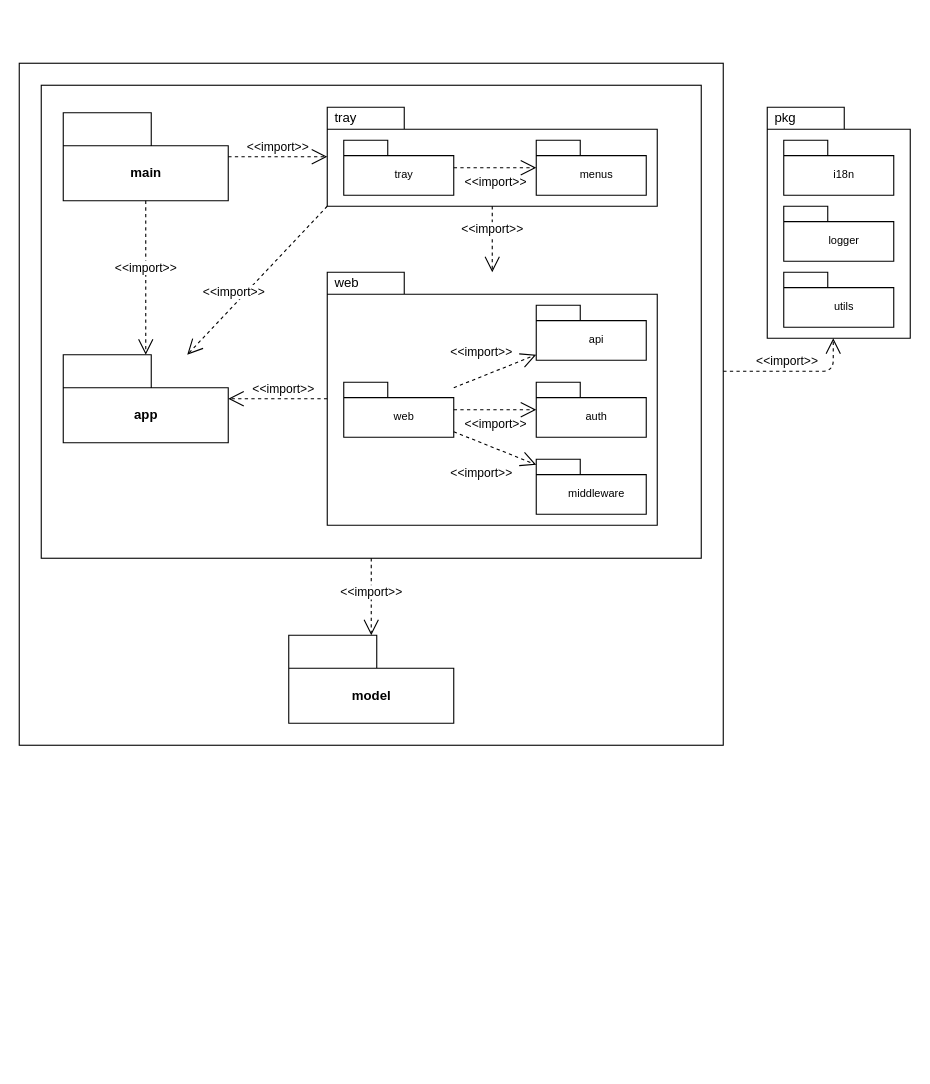
jinyaoMa/my-app keeps this draw.io diagram as diagrams/package.drawio. Above is the earlier version. Source tidied: cells renumbered, new cells numbered last; positions are measured from the earlier drawing's top-left corner, leaving out a move shared by most shapes. Both pictures are drawn from the tidied source at 110%, with x=0, y=0 at pixel (19, 63).
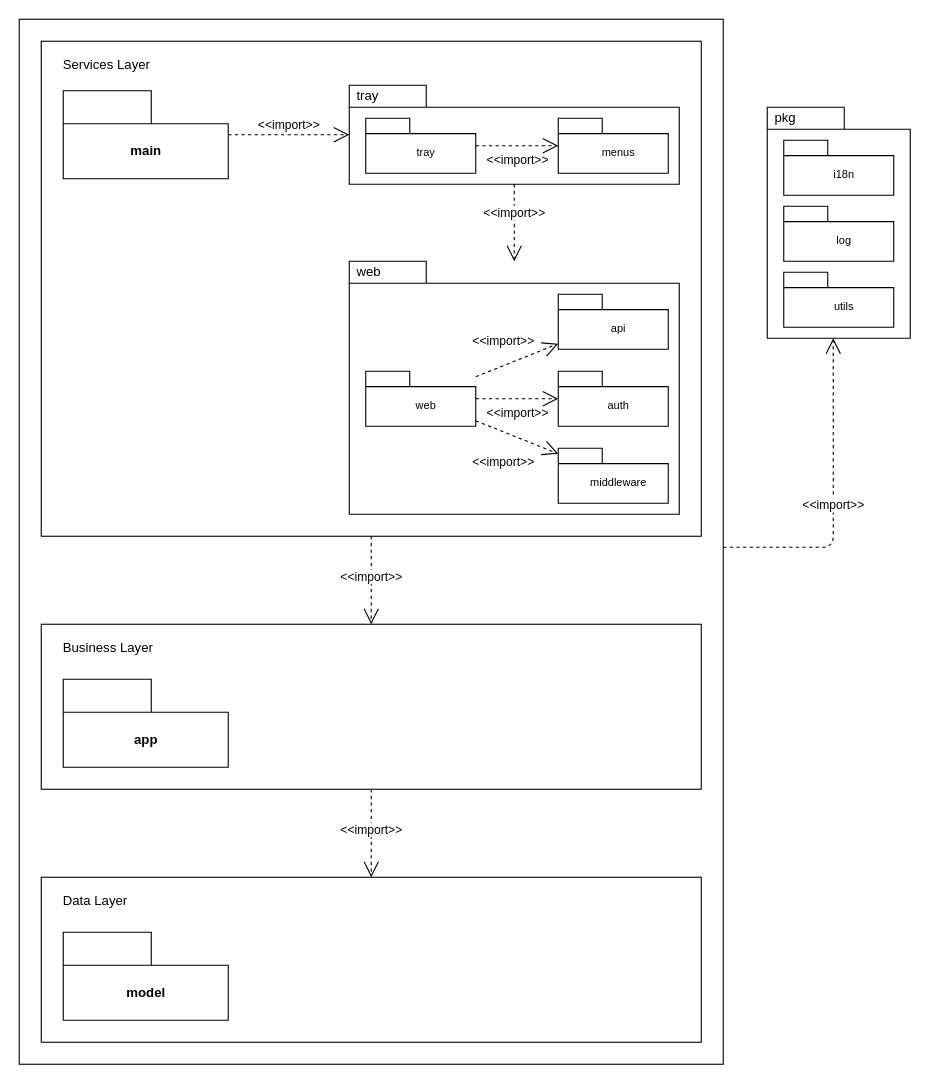
The same page after the edit.

Unchanged cells that the change refers to:
```xml
<mxCell id="24" value="pkg" style="shape=folder;xSize=90;align=left;spacingLeft=10;align=left;verticalAlign=top;spacingLeft=5;spacingTop=-4;tabWidth=70;tabHeight=20;tabPosition=left;html=1;strokeWidth=1;" parent="1" vertex="1">
  <mxGeometry x="680" y="40" width="130" height="210" as="geometry" />
</mxCell>
```

The edit, as a diff of the source:
```diff
@@
     <mxCell id="2" style="rounded=0;whiteSpace=wrap;html=1;" parent="1" vertex="1">
-      <mxGeometry width="640" height="620" as="geometry" />
+      <mxGeometry y="-40" width="640" height="950" as="geometry" />
     </mxCell>
     <mxCell id="3" style="rounded=0;whiteSpace=wrap;html=1;" parent="1" vertex="1">
-      <mxGeometry x="20" y="20" width="600" height="430" as="geometry" />
+      <mxGeometry x="20" y="-20" width="600" height="450" as="geometry" />
     </mxCell>
     <mxCell id="4" value="main" style="shape=folder;fontStyle=1;tabWidth=80;tabHeight=30;tabPosition=left;html=1;boundedLbl=1;" parent="1" vertex="1">
-      <mxGeometry x="40" y="45" width="150" height="80" as="geometry" />
+      <mxGeometry x="40" y="25" width="150" height="80" as="geometry" />
     </mxCell>
     <mxCell id="5" value="tray" style="shape=folder;xSize=90;align=left;spacingLeft=10;align=left;verticalAlign=top;spacingLeft=5;spacingTop=-4;tabWidth=70;tabHeight=20;tabPosition=left;html=1;strokeWidth=1;" parent="1" vertex="1">
-      <mxGeometry x="280" y="40" width="300" height="90" as="geometry" />
+      <mxGeometry x="300" y="20" width="300" height="90" as="geometry" />
     </mxCell>
@@
     <mxCell id="9" value="web" style="shape=folder;xSize=90;align=left;spacingLeft=10;align=left;verticalAlign=top;spacingLeft=5;spacingTop=-4;tabWidth=70;tabHeight=20;tabPosition=left;html=1;strokeWidth=1;" parent="1" vertex="1">
-      <mxGeometry x="280" y="190" width="300" height="230" as="geometry" />
+      <mxGeometry x="300" y="180" width="300" height="230" as="geometry" />
     </mxCell>
@@
-    <mxCell id="19" value="model" style="shape=folder;fontStyle=1;tabWidth=80;tabHeight=30;tabPosition=left;html=1;boundedLbl=1;" parent="1" vertex="1">
-      <mxGeometry x="245" y="520" width="150" height="80" as="geometry" />
-    </mxCell>
-    <mxCell id="20" value="app" style="shape=folder;fontStyle=1;tabWidth=80;tabHeight=30;tabPosition=left;html=1;boundedLbl=1;" parent="1" vertex="1">
-      <mxGeometry x="40" y="265" width="150" height="80" as="geometry" />
-    </mxCell>
-    <mxCell id="21" value="&amp;lt;&amp;lt;import&amp;gt;&amp;gt;" style="html=1;endArrow=open;endSize=12;dashed=1;verticalAlign=bottom;jumpStyle=none;" parent="1" edge="1" source="9" target="20">
-      <mxGeometry x="-0.11" relative="1" as="geometry" />
-    </mxCell>
-    <mxCell id="22" value="&amp;lt;&amp;lt;import&amp;gt;&amp;gt;" style="html=1;endArrow=open;endSize=12;dashed=1;verticalAlign=bottom;jumpStyle=none;" parent="1" edge="1" source="4" target="20">
-      <mxGeometry relative="1" as="geometry" />
-    </mxCell>
-    <mxCell id="23" value="&amp;lt;&amp;lt;import&amp;gt;&amp;gt;" style="html=1;endArrow=open;endSize=12;dashed=1;verticalAlign=bottom;jumpStyle=none;edgeStyle=orthogonalEdgeStyle;" parent="1" edge="1" source="3" target="19">
-      <mxGeometry x="0.14" relative="1" as="geometry">
-        <Array as="points">
-          <mxPoint x="320" y="490" />
-          <mxPoint x="320" y="490" />
-        </Array>
-      </mxGeometry>
+    <mxCell id="23" value="&amp;lt;&amp;lt;import&amp;gt;&amp;gt;" style="html=1;endArrow=open;endSize=12;dashed=1;verticalAlign=bottom;jumpStyle=none;" parent="1" edge="1" source="31" target="30">
+      <mxGeometry x="0.14" relative="1" as="geometry" />
     </mxCell>
@@
-    <mxCell id="26" value="&lt;br&gt;logger" style="strokeColor=inherit;fillColor=inherit;gradientColor=inherit;shape=folder;spacingLeft=10;tabWidth=40;tabHeight=14;tabPosition=left;fontSize=10;html=1;whiteSpace=wrap;" parent="24" vertex="1">
+    <mxCell id="26" value="&lt;br&gt;log" style="strokeColor=inherit;fillColor=inherit;gradientColor=inherit;shape=folder;spacingLeft=10;tabWidth=40;tabHeight=14;tabPosition=left;fontSize=10;html=1;whiteSpace=wrap;" parent="24" vertex="1">
       <mxGeometry x="15" y="90" width="100" height="50" as="geometry" />
     </mxCell>
@@
     <mxCell id="28" value="&amp;lt;&amp;lt;import&amp;gt;&amp;gt;" style="html=1;endArrow=open;endSize=12;dashed=1;verticalAlign=bottom;jumpStyle=none;edgeStyle=orthogonalEdgeStyle;" parent="1" edge="1" source="2" target="24">
       <mxGeometry x="-0.11" relative="1" as="geometry">
         <Array as="points">
-          <mxPoint x="740" y="280" />
+          <mxPoint x="740" y="440" />
         </Array>
       </mxGeometry>
     </mxCell>
-    <mxCell id="29" value="&amp;lt;&amp;lt;import&amp;gt;&amp;gt;" style="html=1;endArrow=open;endSize=12;dashed=1;verticalAlign=bottom;jumpStyle=none;exitX=0;exitY=0;exitDx=0;exitDy=90;exitPerimeter=0;" parent="1" edge="1" source="5" target="20">
-      <mxGeometry x="0.31" y="-2" relative="1" as="geometry" />
-    </mxCell>
+    <mxCell id="30" style="rounded=0;whiteSpace=wrap;html=1;" parent="1" vertex="1">
+      <mxGeometry x="20" y="740" width="600" height="150" as="geometry" />
+    </mxCell>
+    <mxCell id="19" value="model" style="shape=folder;fontStyle=1;tabWidth=80;tabHeight=30;tabPosition=left;html=1;boundedLbl=1;" parent="1" vertex="1">
+      <mxGeometry x="40" y="790" width="150" height="80" as="geometry" />
+    </mxCell>
+    <mxCell id="31" style="rounded=0;whiteSpace=wrap;html=1;" parent="1" vertex="1">
+      <mxGeometry x="20" y="510" width="600" height="150" as="geometry" />
+    </mxCell>
+    <mxCell id="20" value="app" style="shape=folder;fontStyle=1;tabWidth=80;tabHeight=30;tabPosition=left;html=1;boundedLbl=1;" parent="1" vertex="1">
+      <mxGeometry x="40" y="560" width="150" height="80" as="geometry" />
+    </mxCell>
+    <mxCell id="32" value="Data Layer" style="text;html=1;strokeColor=none;fillColor=none;align=left;verticalAlign=top;whiteSpace=wrap;rounded=0;spacing=0;" parent="1" vertex="1">
+      <mxGeometry x="40" y="750" width="150" height="30" as="geometry" />
+    </mxCell>
+    <mxCell id="33" value="Business Layer" style="text;html=1;strokeColor=none;fillColor=none;align=left;verticalAlign=top;whiteSpace=wrap;rounded=0;spacing=0;" parent="1" vertex="1">
+      <mxGeometry x="40" y="520" width="150" height="30" as="geometry" />
+    </mxCell>
+    <mxCell id="34" value="Services Layer" style="text;html=1;strokeColor=none;fillColor=none;align=left;verticalAlign=top;whiteSpace=wrap;rounded=0;spacing=0;" parent="1" vertex="1">
+      <mxGeometry x="40" y="-10" width="150" height="30" as="geometry" />
+    </mxCell>
+    <mxCell id="35" value="&amp;lt;&amp;lt;import&amp;gt;&amp;gt;" style="html=1;endArrow=open;endSize=12;dashed=1;verticalAlign=bottom;jumpStyle=none;" parent="1" edge="1" source="3" target="31">
+      <mxGeometry x="0.14" relative="1" as="geometry" />
+    </mxCell>
```
